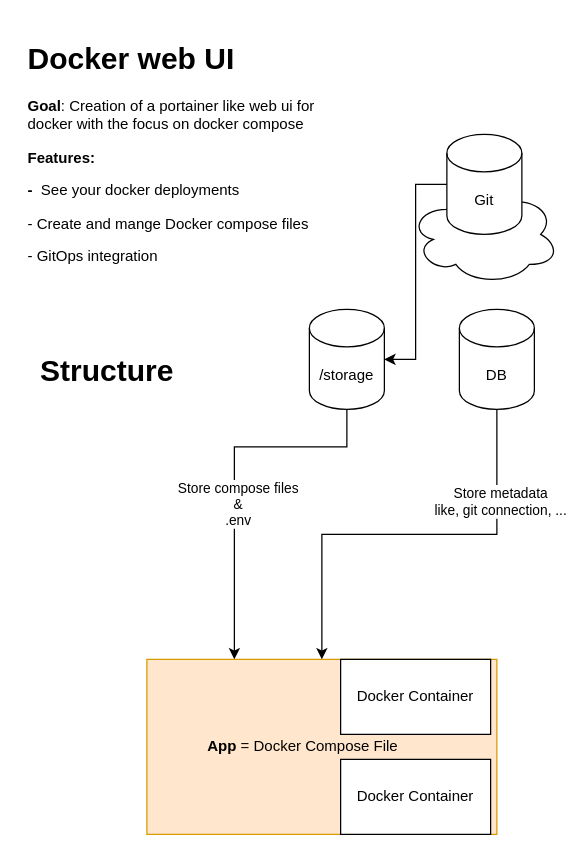
Above: page "General" (1 of 2) of design/design.drawio in wilu2301/docker-UI (draw.io), before the change. Source tidied: cells renumbered, new cells numbered last; positions are measured from the earlier drawing's top-left corner, leaving out a move shared by most shapes. Both pictures are drawn from the tidied source at 125%, with x=0, y=0 at pixel (21, 34).
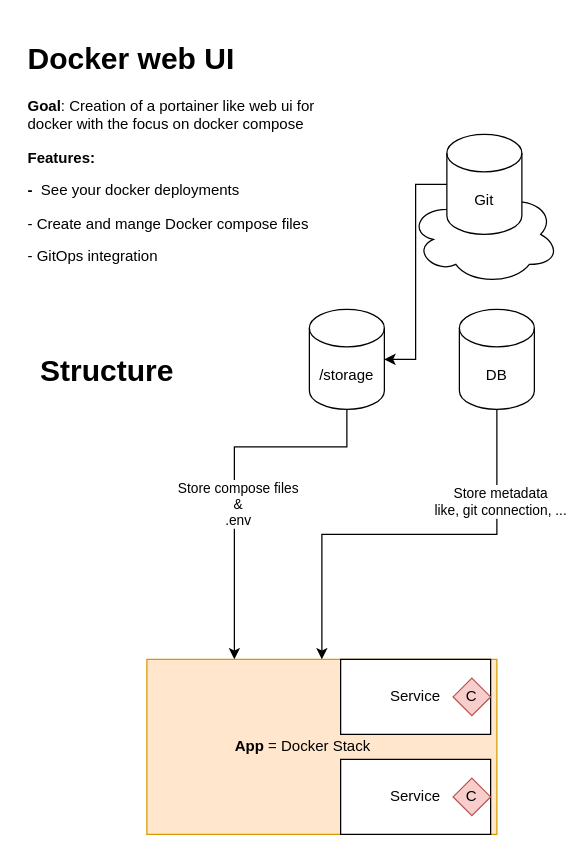
After the change.

What changed in the source:
```diff
@@
     <mxCell id="3" style="group;" parent="1" vertex="1">
-      <mxGeometry x="100" y="500" width="280" height="140" as="geometry" />
+      <mxGeometry x="100" y="500" width="330" height="150" as="geometry" />
     </mxCell>
-    <mxCell id="4" value="&lt;b&gt;App&lt;/b&gt; = Docker Compose File&amp;nbsp; &amp;nbsp; &amp;nbsp; &amp;nbsp; &amp;nbsp;" style="rounded=0;whiteSpace=wrap;html=1;fillColor=#ffe6cc;strokeColor=#d79b00;" parent="3" vertex="1">
+    <mxCell id="4" value="&lt;b&gt;App&lt;/b&gt; = Docker Stack&amp;nbsp; &amp;nbsp; &amp;nbsp; &amp;nbsp; &amp;nbsp;" style="rounded=0;whiteSpace=wrap;html=1;fillColor=#ffe6cc;strokeColor=#d79b00;" parent="3" vertex="1">
       <mxGeometry width="280" height="140" as="geometry" />
     </mxCell>
-    <mxCell id="5" value="Docker Container" style="rounded=0;whiteSpace=wrap;html=1;" parent="3" vertex="1">
+    <mxCell id="5" value="Service" style="rounded=0;whiteSpace=wrap;html=1;" parent="3" vertex="1">
       <mxGeometry x="155" width="120" height="60" as="geometry" />
     </mxCell>
-    <mxCell id="6" value="Docker Container" style="rounded=0;whiteSpace=wrap;html=1;" parent="3" vertex="1">
+    <mxCell id="6" value="Service" style="rounded=0;whiteSpace=wrap;html=1;" parent="3" vertex="1">
       <mxGeometry x="155" y="80" width="120" height="60" as="geometry" />
     </mxCell>
+    <mxCell id="18" value="C" style="rhombus;whiteSpace=wrap;html=1;fillColor=#f8cecc;strokeColor=#b85450;" parent="3" vertex="1">
+      <mxGeometry x="245" y="95" width="30" height="30" as="geometry" />
+    </mxCell>
+    <mxCell id="19" value="C" style="rhombus;whiteSpace=wrap;html=1;fillColor=#f8cecc;strokeColor=#b85450;" parent="3" vertex="1">
+      <mxGeometry x="245" y="15" width="30" height="30" as="geometry" />
+    </mxCell>
```
